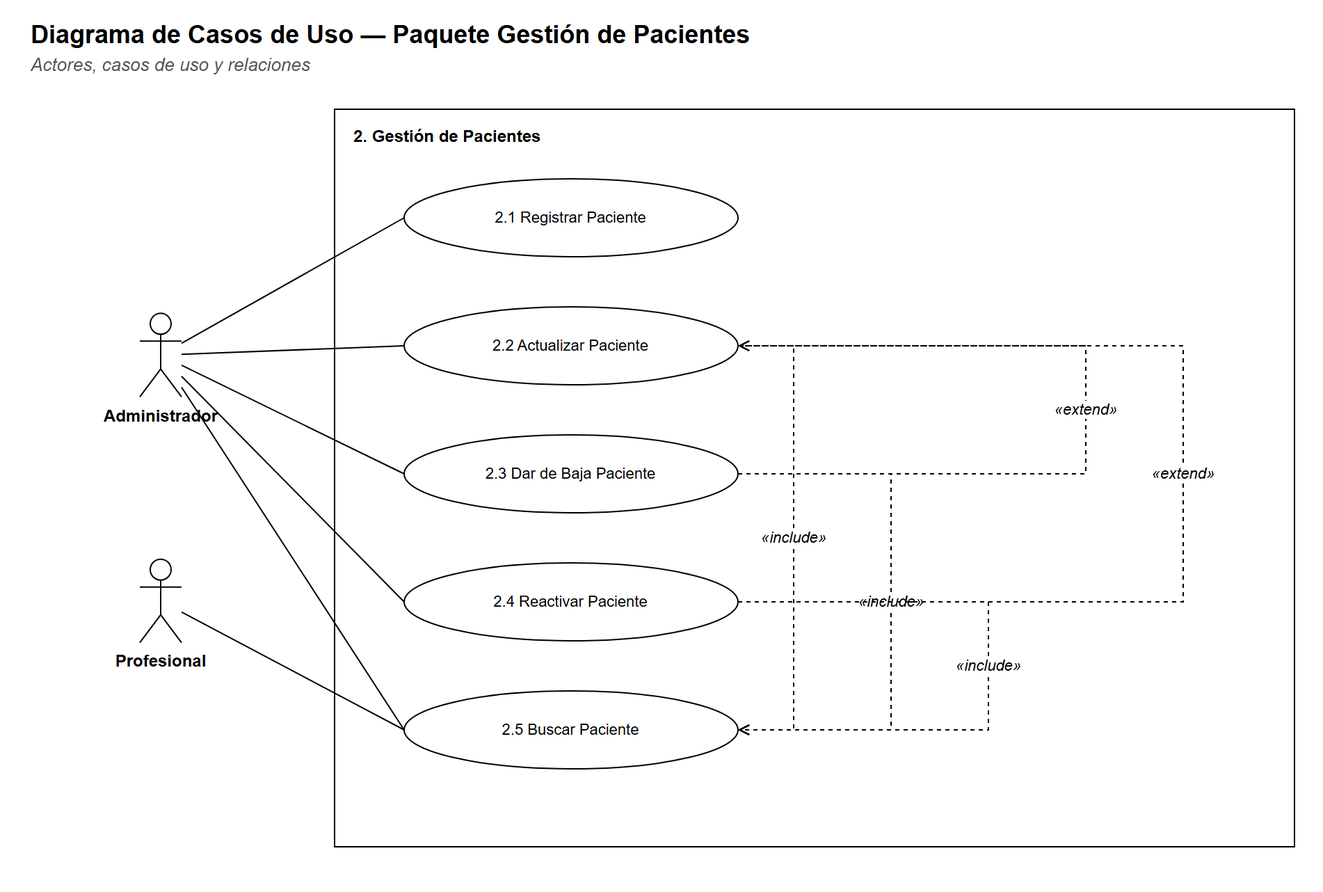
Matiglorioso/kineturnos keeps this draw.io diagram as docs/diagramas/paquete-pacientes-casos.png. Above is the earlier version. Source tidied: cells renumbered, new cells last; positions are measured from the earlier drawing's top-left corner, leaving out a move shared by most shapes.
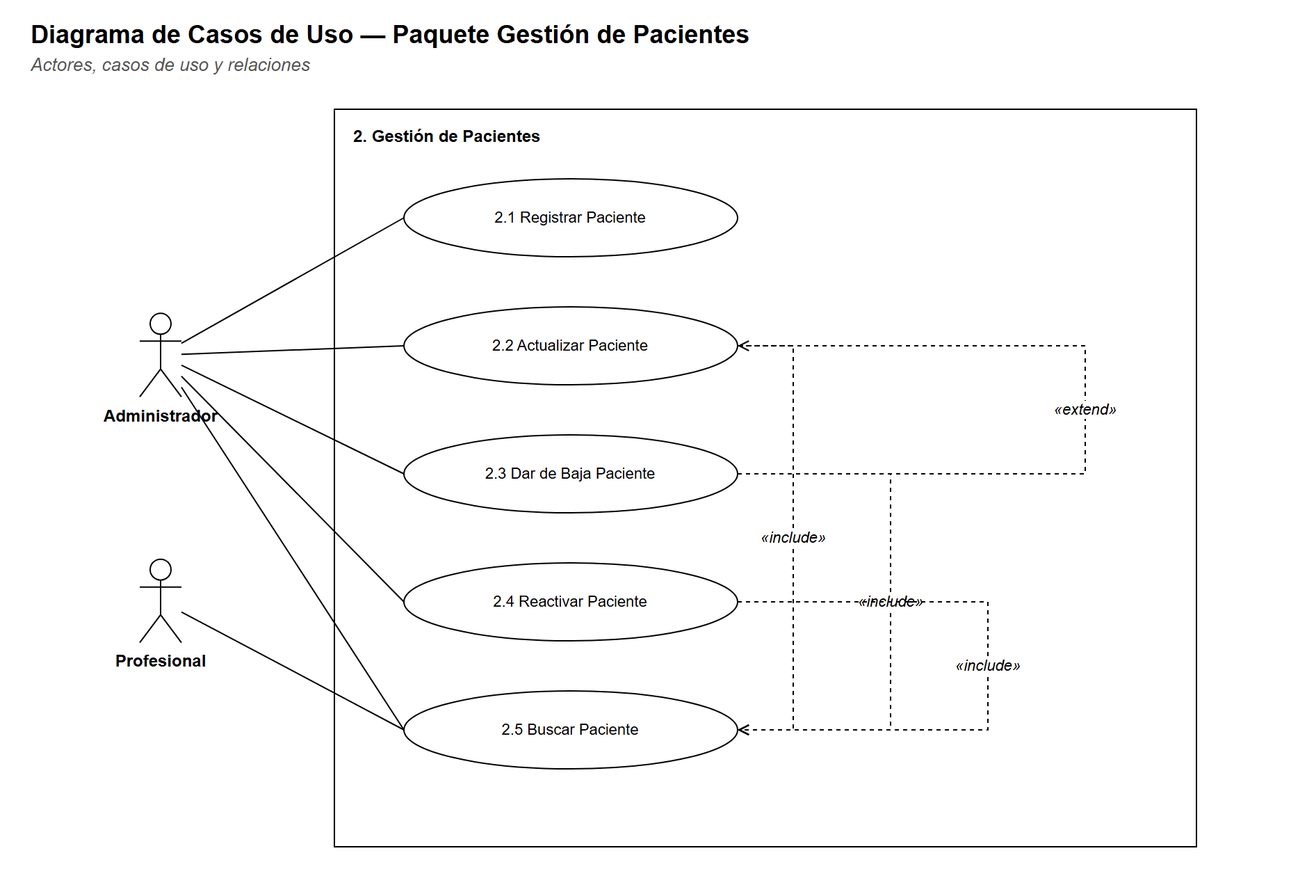
After the change.

Commit message:
README y documentos con el horario nuevo, y diagramas corregidos

Diff of the diagram source:
```diff
@@ -9,10 +9,10 @@
       <mxGeometry y="24" width="900" height="20" as="geometry" />
     </mxCell>
     <mxCell id="4" style="rounded=0;whiteSpace=wrap;html=1;fillColor=#FFFFFF;strokeColor=#000000;fontFamily=Helvetica;fontSize=12;verticalAlign=top;" parent="1" vertex="1">
-      <mxGeometry x="220" y="70" width="690" height="530" as="geometry" />
+      <mxGeometry x="220" y="70" width="620" height="530" as="geometry" />
     </mxCell>
     <mxCell id="5" value="&lt;b&gt;2. Gestión de Pacientes&lt;/b&gt;" style="text;html=1;strokeColor=none;fillColor=none;align=left;verticalAlign=top;whiteSpace=wrap;fontFamily=Helvetica;fontSize=12;" parent="1" vertex="1">
-      <mxGeometry x="232" y="76" width="670" height="20" as="geometry" />
+      <mxGeometry x="232" y="76" width="600" height="20" as="geometry" />
     </mxCell>
     <mxCell id="6" value="2.1 Registrar Paciente" style="ellipse;whiteSpace=wrap;html=1;fillColor=#FFFFFF;strokeColor=#000000;fontFamily=Helvetica;fontSize=11;" parent="1" vertex="1">
       <mxGeometry x="270" y="120" width="240" height="56" as="geometry" />
@@ -85,13 +85,5 @@
         </Array>
       </mxGeometry>
     </mxCell>
-    <mxCell id="23" value="«extend»" style="edgeStyle=orthogonalEdgeStyle;rounded=0;html=1;endArrow=open;startArrow=none;endFill=0;startFill=0;strokeColor=#000000;fontFamily=Helvetica;fontSize=11;fontStyle=2;labelBackgroundColor=#FFFFFF;dashed=1;exitX=1;exitY=0.5;exitDx=0;exitDy=0;entryX=1;entryY=0.5;entryDx=0;entryDy=0;" parent="1" edge="1" source="9" target="7">
-      <mxGeometry relative="1" as="geometry">
-        <Array as="points">
-          <mxPoint x="830" y="424" />
-          <mxPoint x="830" y="240" />
-        </Array>
-      </mxGeometry>
-    </mxCell>
   </root>
 </mxGraphModel>
```
